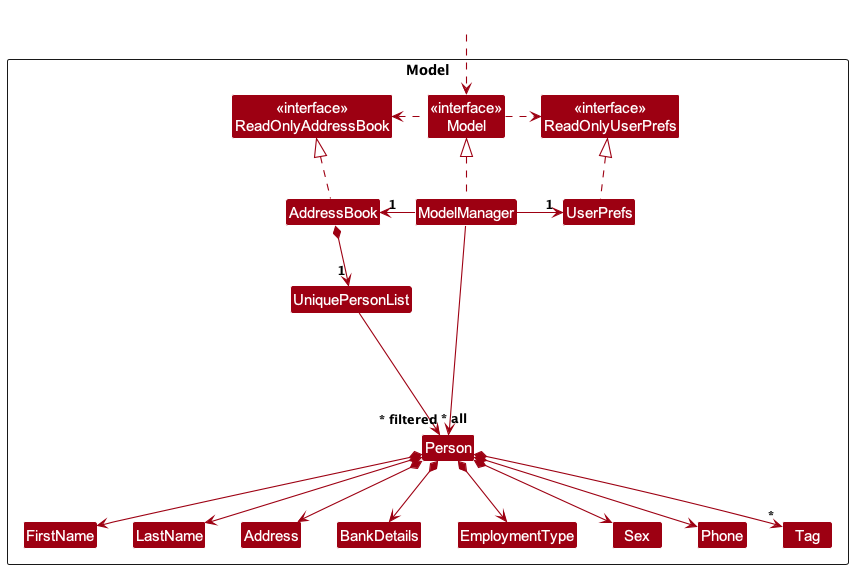
Above: docs/images/ModelClassDiagram.png in nus-cs2103-AY2324S2/tp (PlantUML), before the change.
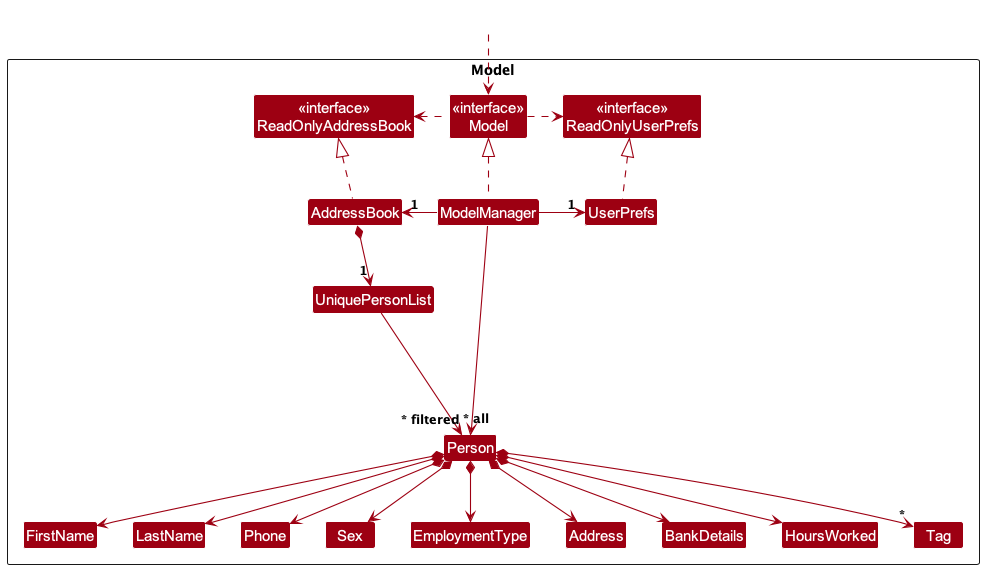
After the change.

Commit message:
Update DG model component to include hours worked.

What changed in the source:
```diff
@@ -21,6 +21,7 @@
 Class EmploymentType
 Class Sex
 Class Phone
+Class HoursWorked
 Class Tag
 
 Class I #FFFFFF
@@ -47,12 +48,20 @@
 Person *--> EmploymentType
 Person *--> Sex
 Person *--> Address
+Person *--> HoursWorked
 Person *--> "*" Tag
 
 Person -[hidden]up--> I
 UniquePersonList -[hidden]right-> I
 
 FirstName -[hidden]right-> LastName
+LastName -[hidden]right-> Phone
+Phone -[hidden]right-> Sex
+Sex -[hidden]right-> EmploymentType
+EmploymentType -[hidden]right-> Address
+Address -[hidden]right-> BankDetails
+BankDetails -[hidden]right-> HoursWorked
+
 
 ModelManager --> "~* filtered" Person
 @enduml
```
